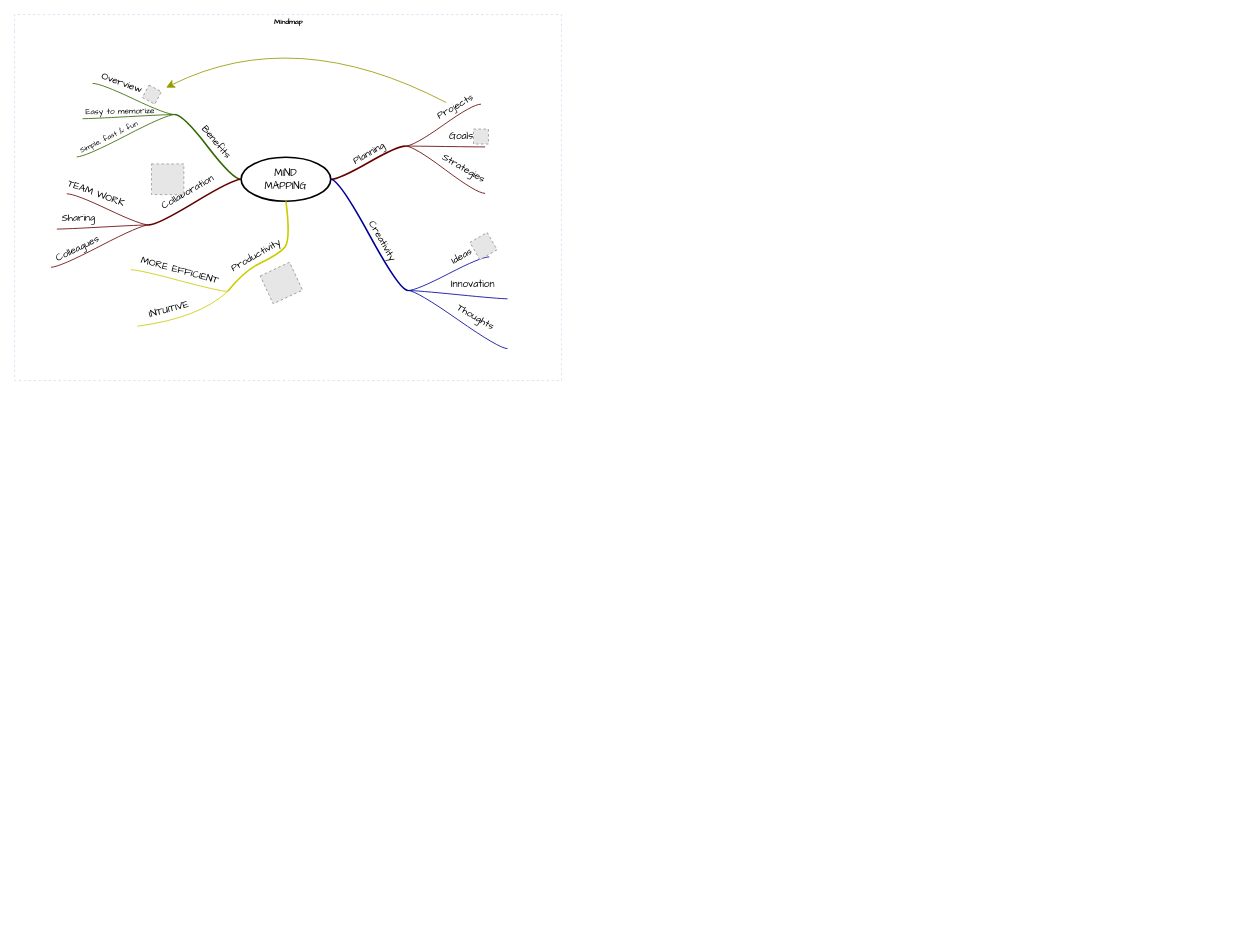
The draw.io diagram DSA/Untitled Diagram.drawio in ChillingCpp/DSA-Roadmap, before the edit. Source tidied: cells renumbered, new cells numbered last; positions are measured from the earlier drawing's top-left corner, leaving out a move shared by most shapes. Both pictures are drawn from the tidied source at 83%, with x=0, y=0 at pixel (14, 14). Pictures stored in the file or linked from it are replaced by grey dashed boxes.
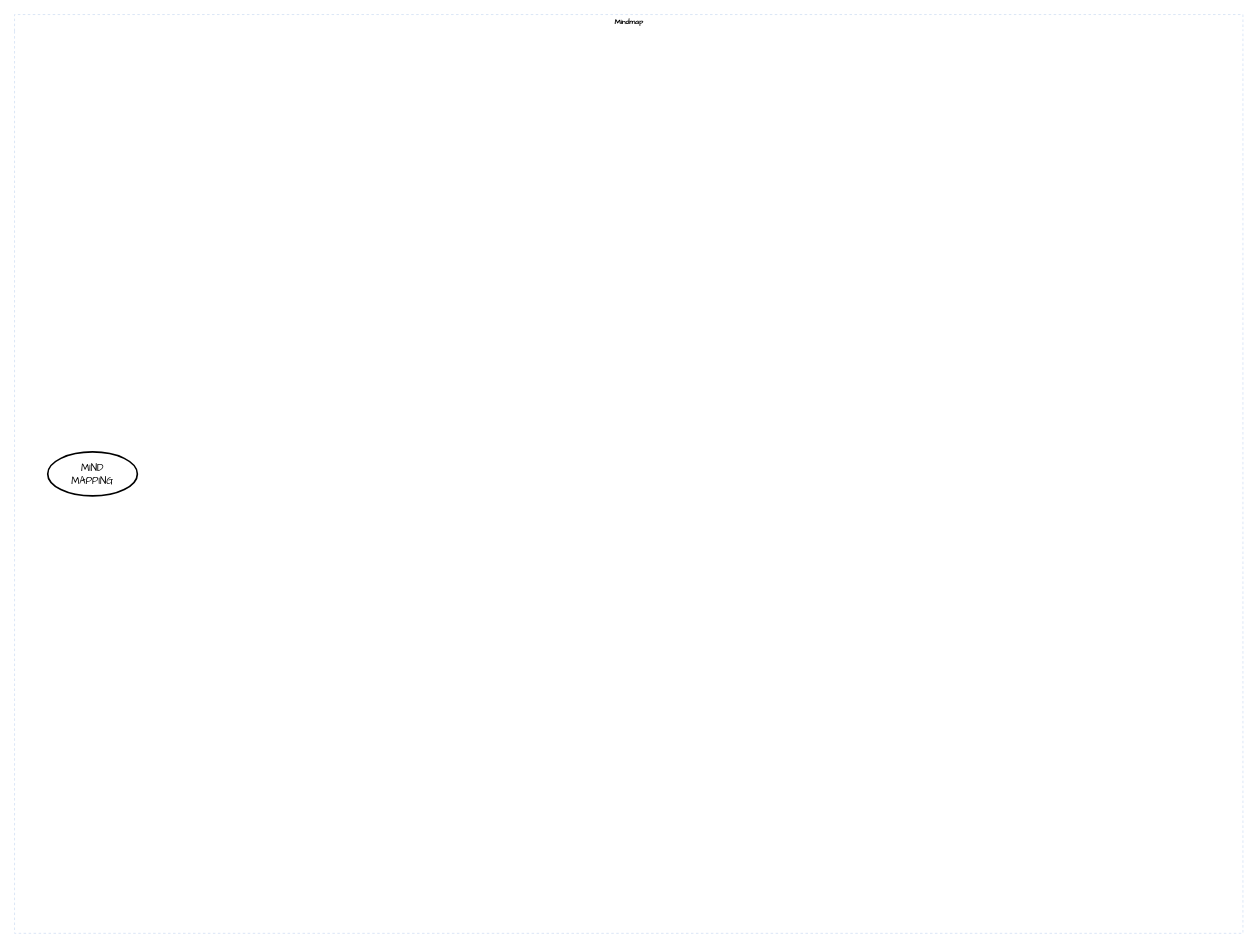
After the change.

What changed in the source:
```diff
@@
     <mxCell id="2" value="Mindmap" style="swimlane;html=1;startSize=20;horizontal=1;containerType=tree;labelBackgroundColor=none;strokeColor=#D4E1F5;strokeWidth=1;fillColor=none;fontFamily=Comic Sans MS;fontSize=9;swimlaneLine=0;dashed=1;" parent="1" vertex="1">
-      <mxGeometry width="659" height="441" as="geometry" />
+      <mxGeometry width="1480" height="1107" as="geometry" />
     </mxCell>
     <mxCell id="3" value="&lt;font face=&quot;Comic Sans MS&quot;&gt;MIND&lt;br&gt;MAPPING&lt;/font&gt;" style="ellipse;whiteSpace=wrap;html=1;align=center;strokeWidth=2;" parent="2" vertex="1">
-      <mxGeometry x="273" y="172" width="108" height="53" as="geometry" />
+      <mxGeometry x="40" y="527" width="108" height="53" as="geometry" />
     </mxCell>
-    <mxCell id="4" style="whiteSpace=wrap;html=1;rounded=1;arcSize=50;align=center;verticalAlign=middle;strokeWidth=1;spacing=4;" parent="2" vertex="1">
-      <mxGeometry x="471" y="158" height="1" as="geometry" />
-    </mxCell>
-    <mxCell id="5" style="edgeStyle=entityRelationEdgeStyle;startArrow=none;endArrow=none;segment=10;curved=1;strokeWidth=2;strokeColor=#660000;rounded=0;fontSize=12;startSize=8;endSize=8;" parent="2" edge="1" source="3" target="4">
-      <mxGeometry relative="1" as="geometry" />
-    </mxCell>
-    <mxCell id="6" value="Planning" style="text;html=1;align=center;verticalAlign=middle;labelBackgroundColor=none;rotation=-30;fontFamily=Comic Sans MS;" parent="5" vertex="1">
-      <mxGeometry x="0.02" y="2" relative="1" as="geometry">
-        <mxPoint x="1" y="-9" as="offset" />
-      </mxGeometry>
-    </mxCell>
-    <mxCell id="7" style="whiteSpace=wrap;html=1;rounded=1;arcSize=50;align=center;verticalAlign=middle;strokeWidth=1;spacing=4;" parent="2" vertex="1" collapsed="1">
-      <mxGeometry x="562" y="108" width="5" as="geometry" />
-    </mxCell>
-    <mxCell id="8" style="edgeStyle=entityRelationEdgeStyle;startArrow=none;endArrow=none;segment=10;curved=1;strokeColor=#660000;rounded=0;fontSize=12;startSize=8;endSize=8;" parent="2" edge="1" source="4" target="7">
-      <mxGeometry relative="1" as="geometry" />
-    </mxCell>
-    <mxCell id="9" value="Projects" style="text;html=1;points=[];align=center;verticalAlign=middle;labelBackgroundColor=none;fontFamily=Comic Sans MS;rotation=-30;" parent="8" vertex="1">
-      <mxGeometry x="0.26" relative="1" as="geometry">
-        <mxPoint x="3" y="-14" as="offset" />
-      </mxGeometry>
-    </mxCell>
-    <mxCell id="10" style="whiteSpace=wrap;html=1;rounded=1;arcSize=50;align=center;verticalAlign=middle;strokeWidth=1;spacing=4;" parent="2" vertex="1">
-      <mxGeometry x="567" y="159" height="1" as="geometry" />
-    </mxCell>
-    <mxCell id="11" style="edgeStyle=entityRelationEdgeStyle;startArrow=none;endArrow=none;segment=10;curved=1;strokeColor=#660000;rounded=0;fontSize=12;startSize=8;endSize=8;" parent="2" edge="1" source="4" target="10">
-      <mxGeometry relative="1" as="geometry" />
-    </mxCell>
-    <mxCell id="12" value="Goals" style="text;html=1;align=center;verticalAlign=middle;labelBackgroundColor=none;fontFamily=Comic Sans MS;rotation=0;" parent="11" vertex="1">
-      <mxGeometry x="-0.11" y="-1" relative="1" as="geometry">
-        <mxPoint x="24" y="-12" as="offset" />
-      </mxGeometry>
-    </mxCell>
-    <mxCell id="13" style="whiteSpace=wrap;html=1;rounded=1;arcSize=50;align=center;verticalAlign=middle;strokeWidth=1;spacing=4;" parent="2" vertex="1">
-      <mxGeometry x="567" y="215" height="1" as="geometry" />
-    </mxCell>
-    <mxCell id="14" style="edgeStyle=entityRelationEdgeStyle;startArrow=none;endArrow=none;segment=10;curved=1;strokeColor=#660000;rounded=0;fontSize=12;startSize=8;endSize=8;" parent="2" edge="1" source="4" target="13">
-      <mxGeometry relative="1" as="geometry" />
-    </mxCell>
-    <mxCell id="15" value="Strategies" style="text;html=1;align=center;verticalAlign=middle;labelBackgroundColor=none;fontFamily=Comic Sans MS;rotation=30;" parent="14" vertex="1">
-      <mxGeometry x="-0.11" y="-1" relative="1" as="geometry">
-        <mxPoint x="28" y="1" as="offset" />
-      </mxGeometry>
-    </mxCell>
-    <mxCell id="16" style="whiteSpace=wrap;html=1;rounded=1;arcSize=50;align=center;verticalAlign=middle;strokeWidth=1;spacing=4;" parent="2" vertex="1">
-      <mxGeometry x="474" y="332" height="1" as="geometry" />
-    </mxCell>
-    <mxCell id="17" style="edgeStyle=entityRelationEdgeStyle;startArrow=none;endArrow=none;segment=10;curved=1;strokeWidth=2;strokeColor=#000099;rounded=0;fontSize=12;startSize=8;endSize=8;" parent="2" edge="1" source="3" target="16">
-      <mxGeometry relative="1" as="geometry" />
-    </mxCell>
-    <mxCell id="18" value="Creativity" style="text;html=1;align=center;verticalAlign=middle;labelBackgroundColor=none;rotation=60;fontFamily=Comic Sans MS;" parent="17" vertex="1">
-      <mxGeometry x="0.02" y="2" relative="1" as="geometry">
-        <mxPoint x="13" y="6" as="offset" />
-      </mxGeometry>
-    </mxCell>
-    <mxCell id="19" style="whiteSpace=wrap;html=1;rounded=1;arcSize=50;align=center;verticalAlign=middle;strokeWidth=1;spacing=4;" parent="2" vertex="1">
-      <mxGeometry x="572" y="292" width="5" as="geometry" />
-    </mxCell>
-    <mxCell id="20" style="edgeStyle=entityRelationEdgeStyle;startArrow=none;endArrow=none;segment=10;curved=1;strokeColor=#000099;rounded=0;fontSize=12;startSize=8;endSize=8;" parent="2" edge="1" source="16" target="19">
-      <mxGeometry relative="1" as="geometry" />
-    </mxCell>
-    <mxCell id="21" value="Ideas" style="text;html=1;align=center;verticalAlign=middle;labelBackgroundColor=none;fontFamily=Comic Sans MS;rotation=-30;" parent="20" vertex="1">
-      <mxGeometry x="0.26" relative="1" as="geometry">
-        <mxPoint x="3" y="-14" as="offset" />
-      </mxGeometry>
-    </mxCell>
-    <mxCell id="22" style="whiteSpace=wrap;html=1;rounded=1;arcSize=50;align=center;verticalAlign=middle;strokeWidth=1;spacing=4;" parent="2" vertex="1">
-      <mxGeometry x="594" y="342" height="1" as="geometry" />
-    </mxCell>
-    <mxCell id="23" style="edgeStyle=entityRelationEdgeStyle;startArrow=none;endArrow=none;segment=10;curved=1;strokeColor=#000099;rounded=0;fontSize=12;startSize=8;endSize=8;" parent="2" edge="1" source="16" target="22">
-      <mxGeometry relative="1" as="geometry" />
-    </mxCell>
-    <mxCell id="24" value="Innovation" style="text;html=1;align=center;verticalAlign=middle;labelBackgroundColor=none;fontFamily=Comic Sans MS;rotation=0;" parent="23" vertex="1">
-      <mxGeometry x="-0.11" y="-1" relative="1" as="geometry">
-        <mxPoint x="24" y="-12" as="offset" />
-      </mxGeometry>
-    </mxCell>
-    <mxCell id="25" style="whiteSpace=wrap;html=1;rounded=1;arcSize=50;align=center;verticalAlign=middle;strokeWidth=1;spacing=4;" parent="2" vertex="1">
-      <mxGeometry x="594" y="402" height="1" as="geometry" />
-    </mxCell>
-    <mxCell id="26" style="edgeStyle=entityRelationEdgeStyle;startArrow=none;endArrow=none;segment=10;curved=1;strokeColor=#000099;rounded=0;fontSize=12;startSize=8;endSize=8;" parent="2" edge="1" source="16" target="25">
-      <mxGeometry relative="1" as="geometry" />
-    </mxCell>
-    <mxCell id="27" value="Thoughts" style="text;html=1;align=center;verticalAlign=middle;labelBackgroundColor=none;fontFamily=Comic Sans MS;rotation=30;" parent="26" vertex="1">
-      <mxGeometry x="-0.11" y="-1" relative="1" as="geometry">
-        <mxPoint x="28" y="1" as="offset" />
-      </mxGeometry>
-    </mxCell>
-    <mxCell id="28" style="fillColor=#E6E6E6;strokeColor=#999999;dashed=1;html=1;verticalAlign=top;verticalLabelPosition=bottom;labelBackgroundColor=#ffffff;fontFamily=Comic Sans MS;rotation=-30;" parent="2" vertex="1">
-      <mxGeometry x="553" y="267" width="24" height="24" as="geometry" />
-    </mxCell>
-    <mxCell id="29" style="edgeStyle=entityRelationEdgeStyle;jumpStyle=arc;html=1;endArrow=classicThin;endFill=1;jettySize=auto;strokeColor=none;strokeWidth=2;fontFamily=Comic Sans MS;rounded=0;fontSize=12;startSize=8;endSize=8;curved=1;" parent="2" edge="1" source="19" target="28">
-      <mxGeometry relative="1" as="geometry" />
-    </mxCell>
-    <mxCell id="30" style="fillColor=#E6E6E6;strokeColor=#999999;dashed=1;html=1;verticalAlign=top;verticalLabelPosition=bottom;labelBackgroundColor=#ffffff;fontFamily=Comic Sans MS;" parent="2" vertex="1">
-      <mxGeometry x="553" y="138" width="18" height="18" as="geometry" />
-    </mxCell>
-    <mxCell id="31" style="edgeStyle=entityRelationEdgeStyle;jumpStyle=arc;html=1;endArrow=classicThin;endFill=1;jettySize=auto;strokeColor=none;strokeWidth=2;fontFamily=Comic Sans MS;rounded=0;fontSize=12;startSize=8;endSize=8;curved=1;" parent="2" edge="1" source="10" target="30">
-      <mxGeometry relative="1" as="geometry" />
-    </mxCell>
-    <mxCell id="32" style="whiteSpace=wrap;html=1;rounded=1;arcSize=50;align=center;verticalAlign=middle;strokeWidth=1;spacing=4;" parent="2" vertex="1">
-      <mxGeometry x="193" y="120" height="1" as="geometry" />
-    </mxCell>
-    <mxCell id="33" style="edgeStyle=entityRelationEdgeStyle;startArrow=none;endArrow=none;segment=10;curved=1;strokeWidth=2;strokeColor=#336600;rounded=0;fontSize=12;startSize=8;endSize=8;" parent="2" edge="1" source="3" target="32">
-      <mxGeometry relative="1" as="geometry" />
-    </mxCell>
-    <mxCell id="34" value="Benefits" style="text;html=1;align=center;verticalAlign=middle;labelBackgroundColor=none;rotation=50;fontFamily=Comic Sans MS;" parent="33" vertex="1">
-      <mxGeometry x="0.02" y="2" relative="1" as="geometry">
-        <mxPoint x="12" y="-7" as="offset" />
-      </mxGeometry>
-    </mxCell>
-    <mxCell id="35" style="whiteSpace=wrap;html=1;rounded=1;arcSize=50;align=center;verticalAlign=middle;strokeWidth=1;spacing=4;" parent="2" vertex="1">
-      <mxGeometry x="75" y="171" height="1" as="geometry" />
-    </mxCell>
-    <mxCell id="36" style="edgeStyle=entityRelationEdgeStyle;startArrow=none;endArrow=none;segment=10;curved=1;strokeColor=#336600;rounded=0;fontSize=12;startSize=8;endSize=8;" parent="2" edge="1" source="32" target="35">
-      <mxGeometry relative="1" as="geometry" />
-    </mxCell>
-    <mxCell id="37" value="Simple, fast &amp;amp; fun" style="text;html=1;align=center;verticalAlign=middle;labelBackgroundColor=none;fontFamily=Comic Sans MS;rotation=-26;fontSize=9;" parent="36" vertex="1">
-      <mxGeometry x="-0.11" y="-1" relative="1" as="geometry">
-        <mxPoint x="-27" y="7" as="offset" />
-      </mxGeometry>
-    </mxCell>
-    <mxCell id="38" style="whiteSpace=wrap;html=1;rounded=1;arcSize=50;align=center;verticalAlign=middle;strokeWidth=1;spacing=4;" parent="2" vertex="1">
-      <mxGeometry x="82" y="125" height="1" as="geometry" />
-    </mxCell>
-    <mxCell id="39" style="edgeStyle=entityRelationEdgeStyle;startArrow=none;endArrow=none;segment=10;curved=1;strokeColor=#336600;rounded=0;fontSize=12;startSize=8;endSize=8;" parent="2" edge="1" source="32" target="38">
-      <mxGeometry relative="1" as="geometry" />
-    </mxCell>
-    <mxCell id="40" value="Easy to memorize" style="text;html=1;align=center;verticalAlign=middle;labelBackgroundColor=none;fontFamily=Comic Sans MS;rotation=-1;fontSize=10;" parent="39" vertex="1">
-      <mxGeometry x="-0.11" y="-1" relative="1" as="geometry">
-        <mxPoint x="-18" y="-6" as="offset" />
-      </mxGeometry>
-    </mxCell>
-    <mxCell id="41" style="whiteSpace=wrap;html=1;rounded=1;arcSize=50;align=center;verticalAlign=middle;strokeWidth=1;spacing=4;" parent="2" vertex="1" collapsed="1">
-      <mxGeometry x="89" y="83" width="5" as="geometry" />
-    </mxCell>
-    <mxCell id="42" style="edgeStyle=entityRelationEdgeStyle;startArrow=none;endArrow=none;segment=10;curved=1;strokeColor=#336600;rounded=0;fontSize=12;startSize=8;endSize=8;" parent="2" edge="1" source="32" target="41">
-      <mxGeometry relative="1" as="geometry" />
-    </mxCell>
-    <mxCell id="43" value="Overview" style="text;html=1;align=center;verticalAlign=middle;labelBackgroundColor=none;fontFamily=Comic Sans MS;rotation=20;" parent="42" vertex="1">
-      <mxGeometry x="0.26" relative="1" as="geometry">
-        <mxPoint x="-2" y="-13" as="offset" />
-      </mxGeometry>
-    </mxCell>
-    <mxCell id="44" style="fillColor=#E6E6E6;strokeColor=#999999;dashed=1;html=1;verticalAlign=top;verticalLabelPosition=bottom;labelBackgroundColor=#ffffff;fontFamily=Comic Sans MS;fontSize=10;rotation=28;" parent="2" vertex="1">
-      <mxGeometry x="157" y="88" width="17" height="17" as="geometry" />
-    </mxCell>
-    <mxCell id="45" style="endArrow=classic;html=1;curved=1;sourcePerimeterSpacing=10;strokeColor=#999900;targetPerimeterSpacing=7;rounded=0;fontSize=12;startSize=8;endSize=8;" parent="2" edge="1" source="9" target="44">
-      <mxGeometry relative="1" as="geometry">
-        <Array as="points">
-          <mxPoint x="338" y="11" />
-        </Array>
-      </mxGeometry>
-    </mxCell>
-    <mxCell id="46" style="jumpStyle=arc;html=1;endArrow=classicThin;endFill=1;jettySize=auto;strokeColor=none;strokeWidth=2;fontFamily=Comic Sans MS;fontSize=10;rounded=0;startSize=8;endSize=8;curved=1;" parent="2" edge="1" source="32" target="44">
-      <mxGeometry relative="1" as="geometry" />
-    </mxCell>
-    <mxCell id="47" style="whiteSpace=wrap;html=1;rounded=1;arcSize=50;align=center;verticalAlign=middle;strokeWidth=1;spacing=4;" parent="2" vertex="1">
-      <mxGeometry x="162" y="253" height="1" as="geometry" />
-    </mxCell>
-    <mxCell id="48" style="edgeStyle=entityRelationEdgeStyle;startArrow=none;endArrow=none;segment=10;curved=1;strokeWidth=2;strokeColor=#660000;rounded=0;fontSize=12;startSize=8;endSize=8;" parent="2" edge="1" source="3" target="47">
-      <mxGeometry relative="1" as="geometry" />
-    </mxCell>
-    <mxCell id="49" value="Collaboration" style="text;html=1;align=center;verticalAlign=middle;labelBackgroundColor=none;rotation=-30;fontFamily=Comic Sans MS;" parent="48" vertex="1">
-      <mxGeometry x="0.02" y="2" relative="1" as="geometry">
-        <mxPoint x="-10" y="-13" as="offset" />
-      </mxGeometry>
-    </mxCell>
-    <mxCell id="50" style="whiteSpace=wrap;html=1;rounded=1;arcSize=50;align=center;verticalAlign=middle;strokeWidth=1;spacing=4;" parent="2" vertex="1">
-      <mxGeometry x="44" y="304" height="1" as="geometry" />
-    </mxCell>
-    <mxCell id="51" style="edgeStyle=entityRelationEdgeStyle;startArrow=none;endArrow=none;segment=10;curved=1;strokeColor=#660000;rounded=0;fontSize=12;startSize=8;endSize=8;" parent="2" edge="1" source="47" target="50">
-      <mxGeometry relative="1" as="geometry" />
-    </mxCell>
-    <mxCell id="52" value="Colleagues" style="text;html=1;align=center;verticalAlign=middle;labelBackgroundColor=none;fontFamily=Comic Sans MS;rotation=-26;fontSize=12;" parent="51" vertex="1">
-      <mxGeometry x="-0.11" y="-1" relative="1" as="geometry">
-        <mxPoint x="-34" y="8" as="offset" />
-      </mxGeometry>
-    </mxCell>
-    <mxCell id="53" style="whiteSpace=wrap;html=1;rounded=1;arcSize=50;align=center;verticalAlign=middle;strokeWidth=1;spacing=4;" parent="2" vertex="1">
-      <mxGeometry x="51" y="258" height="1" as="geometry" />
-    </mxCell>
-    <mxCell id="54" style="edgeStyle=entityRelationEdgeStyle;startArrow=none;endArrow=none;segment=10;curved=1;strokeColor=#660000;rounded=0;fontSize=12;startSize=8;endSize=8;" parent="2" edge="1" source="47" target="53">
-      <mxGeometry relative="1" as="geometry" />
-    </mxCell>
-    <mxCell id="55" value="Sharing" style="text;html=1;align=center;verticalAlign=middle;labelBackgroundColor=none;fontFamily=Comic Sans MS;rotation=-1;fontSize=12;" parent="54" vertex="1">
-      <mxGeometry x="-0.11" y="-1" relative="1" as="geometry">
-        <mxPoint x="-37" y="-9" as="offset" />
-      </mxGeometry>
-    </mxCell>
-    <mxCell id="56" style="whiteSpace=wrap;html=1;rounded=1;arcSize=50;align=center;verticalAlign=middle;strokeWidth=1;spacing=4;" parent="2" vertex="1" collapsed="1">
-      <mxGeometry x="58" y="216" width="5" as="geometry" />
-    </mxCell>
-    <mxCell id="57" style="edgeStyle=entityRelationEdgeStyle;startArrow=none;endArrow=none;segment=10;curved=1;strokeColor=#660000;rounded=0;fontSize=12;startSize=8;endSize=8;" parent="2" edge="1" source="47" target="56">
-      <mxGeometry relative="1" as="geometry" />
-    </mxCell>
-    <mxCell id="58" value="TEAM WORK" style="text;html=1;align=center;verticalAlign=middle;labelBackgroundColor=none;fontFamily=Comic Sans MS;rotation=20;" parent="57" vertex="1">
-      <mxGeometry x="0.26" relative="1" as="geometry">
-        <mxPoint x="-2" y="-13" as="offset" />
-      </mxGeometry>
-    </mxCell>
-    <mxCell id="59" style="fillColor=#E6E6E6;strokeColor=#999999;dashed=1;html=1;verticalAlign=top;verticalLabelPosition=bottom;labelBackgroundColor=#ffffff;fontFamily=Comic Sans MS;fontSize=12;fontColor=#000000;align=center;" parent="2" vertex="1">
-      <mxGeometry x="165" y="180" width="39" height="37" as="geometry" />
-    </mxCell>
-    <mxCell id="60" style="edgeStyle=none;jumpStyle=arc;html=1;entryX=0.5;entryY=1;entryPerimeter=0;endArrow=classicThin;endFill=1;jettySize=auto;strokeColor=none;strokeWidth=2;fontFamily=Comic Sans MS;fontSize=12;rounded=0;startSize=8;endSize=8;curved=1;" parent="2" edge="1" source="47" target="59">
-      <mxGeometry relative="1" as="geometry" />
-    </mxCell>
-    <mxCell id="61" style="whiteSpace=wrap;html=1;rounded=1;arcSize=50;align=center;verticalAlign=middle;strokeWidth=1;spacing=4;" parent="2" vertex="1">
-      <mxGeometry x="257" y="333" height="1" as="geometry" />
-    </mxCell>
-    <mxCell id="62" style="startArrow=none;endArrow=none;segment=10;strokeWidth=2;strokeColor=#CCCC00;exitX=0.5;exitY=1;curved=1;rounded=0;fontSize=12;startSize=8;endSize=8;" parent="2" edge="1" source="3" target="61">
-      <mxGeometry relative="1" as="geometry">
-        <Array as="points">
-          <mxPoint x="333" y="272" />
-          <mxPoint x="318" y="289" />
-          <mxPoint x="276" y="309" />
-        </Array>
-      </mxGeometry>
-    </mxCell>
-    <mxCell id="63" value="Productivity" style="text;html=1;align=center;verticalAlign=middle;labelBackgroundColor=none;rotation=-30;fontFamily=Comic Sans MS;" parent="62" vertex="1">
-      <mxGeometry x="0.02" y="2" relative="1" as="geometry">
-        <mxPoint x="-24" y="-2" as="offset" />
-      </mxGeometry>
-    </mxCell>
-    <mxCell id="64" style="whiteSpace=wrap;html=1;rounded=1;arcSize=50;align=center;verticalAlign=middle;strokeWidth=1;spacing=4;" parent="2" vertex="1">
-      <mxGeometry x="148" y="375" height="1" as="geometry" />
-    </mxCell>
-    <mxCell id="65" style="startArrow=none;endArrow=none;segment=10;strokeColor=#CCCC00;curved=1;rounded=0;fontSize=12;startSize=8;endSize=8;" parent="2" edge="1" source="61" target="64">
-      <mxGeometry relative="1" as="geometry">
-        <Array as="points">
-          <mxPoint x="222" y="366" />
-        </Array>
-      </mxGeometry>
-    </mxCell>
-    <mxCell id="66" value="INTUITIVE" style="text;html=1;align=center;verticalAlign=middle;labelBackgroundColor=none;fontFamily=Comic Sans MS;rotation=-15;fontSize=12;" parent="65" vertex="1">
-      <mxGeometry x="-0.11" y="-1" relative="1" as="geometry">
-        <mxPoint x="-30" y="-10" as="offset" />
-      </mxGeometry>
-    </mxCell>
-    <mxCell id="67" style="whiteSpace=wrap;html=1;rounded=1;arcSize=50;align=center;verticalAlign=middle;strokeWidth=1;spacing=4;" parent="2" vertex="1">
-      <mxGeometry x="140" y="307" height="1" as="geometry" />
-    </mxCell>
-    <mxCell id="68" style="edgeStyle=entityRelationEdgeStyle;startArrow=none;endArrow=none;segment=10;curved=1;strokeColor=#CCCC00;rounded=0;fontSize=12;startSize=8;endSize=8;" parent="2" edge="1" source="61" target="67">
-      <mxGeometry relative="1" as="geometry" />
-    </mxCell>
-    <mxCell id="69" value="MORE EFFICIENT" style="text;html=1;align=center;verticalAlign=middle;labelBackgroundColor=none;fontFamily=Comic Sans MS;rotation=15;fontSize=12;" parent="68" vertex="1">
-      <mxGeometry x="-0.11" y="-1" relative="1" as="geometry">
-        <mxPoint x="-6" y="-13" as="offset" />
-      </mxGeometry>
-    </mxCell>
-    <mxCell id="70" style="fillColor=#E6E6E6;strokeColor=#999999;dashed=1;html=1;verticalAlign=top;verticalLabelPosition=bottom;labelBackgroundColor=#ffffff;fontFamily=Comic Sans MS;fontSize=12;fontColor=#000000;align=center;rotation=-25;" parent="2" vertex="1">
-      <mxGeometry x="302" y="305" width="39" height="37" as="geometry" />
-    </mxCell>
-    <mxCell id="71" style="edgeStyle=none;jumpStyle=arc;html=1;entryX=0.5;entryY=1;entryPerimeter=0;endArrow=classicThin;endFill=1;jettySize=auto;strokeColor=none;strokeWidth=2;fontFamily=Comic Sans MS;fontSize=12;rounded=0;startSize=8;endSize=8;curved=1;" parent="2" edge="1" source="61" target="70">
-      <mxGeometry relative="1" as="geometry" />
-    </mxCell>
```
